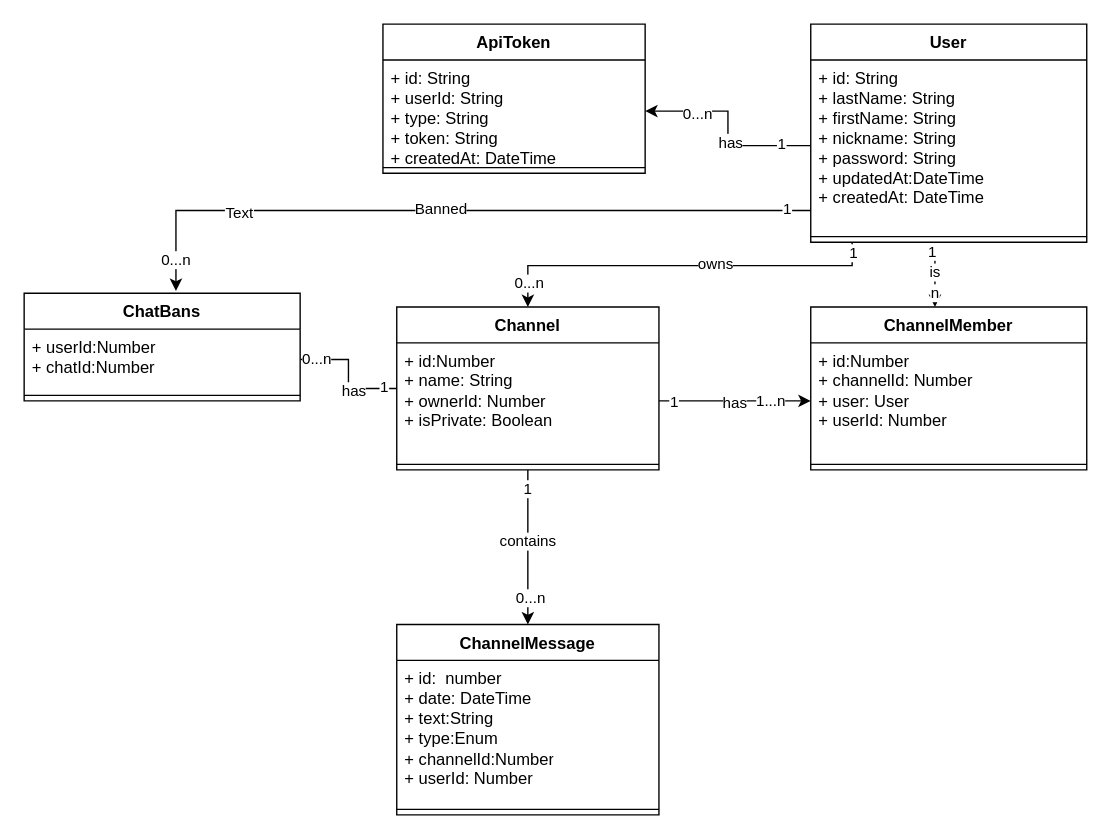
This is diagrams/classes.drawio from AmalAkh/chatik, a draw.io file, before an edit. Source tidied: cells renumbered, new cells numbered last; positions are measured from the earlier drawing's top-left corner, leaving out a move shared by most shapes. Both pictures are drawn from the tidied source at 138%, with x=0, y=0 at pixel (23, 23).
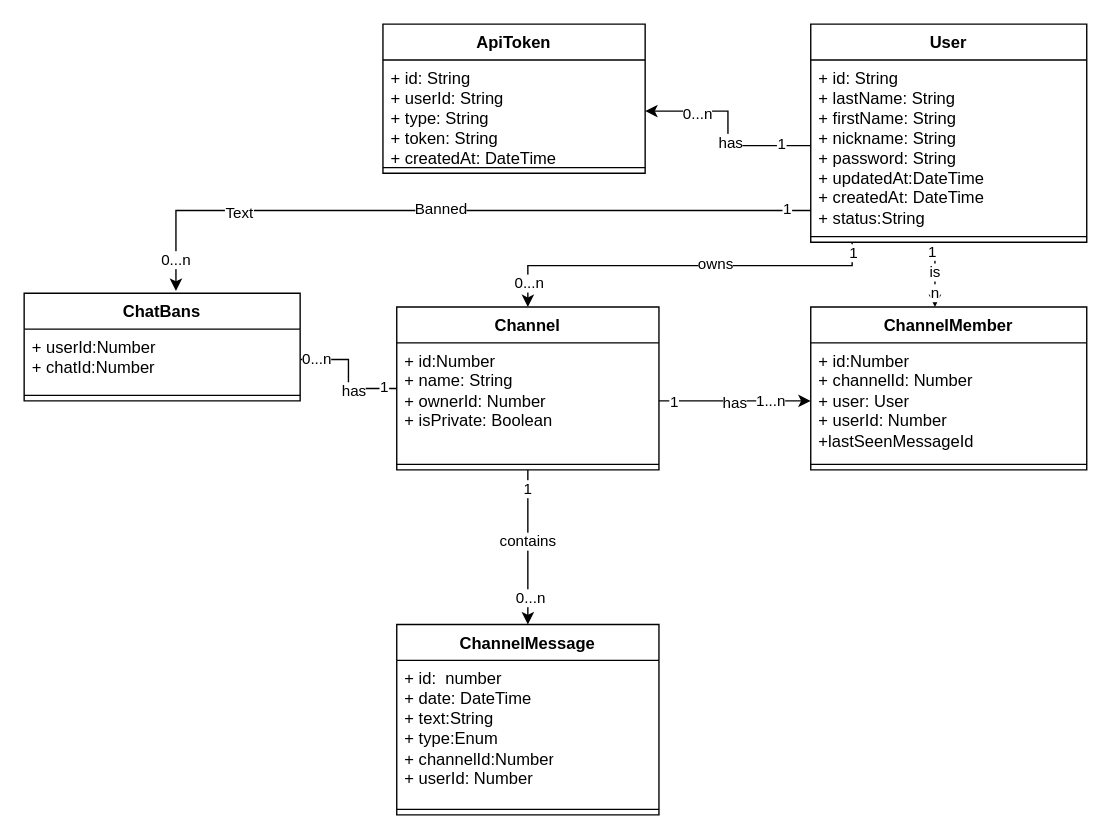
Above is the later version.

The change refers to these unchanged cells:
```xml
<mxCell id="13" value="User" style="swimlane;fontStyle=1;align=center;verticalAlign=top;horizontal=1;startSize=26;whiteSpace=wrap;html=1;" parent="1" vertex="1">
  <mxGeometry x="570" width="200" height="158" as="geometry" />
</mxCell>
<mxCell id="31" value="ChannelMember" style="swimlane;fontStyle=1;align=center;verticalAlign=top;horizontal=1;startSize=26;whiteSpace=wrap;html=1;" parent="1" vertex="1">
  <mxGeometry x="570" y="205" width="200" height="118" as="geometry" />
</mxCell>
```

Diff of the diagram source:
```diff
@@
-    <mxCell id="14" value="+ id: String&lt;div&gt;+ lastName: String&lt;/div&gt;&lt;div&gt;+ firstName: String&lt;/div&gt;&lt;div&gt;+ nickname: String&lt;/div&gt;&lt;div&gt;+ password: String&lt;/div&gt;&lt;div&gt;+ updatedAt:DateTime&lt;/div&gt;&lt;div&gt;+ createdAt: DateTime&lt;/div&gt;" style="text;strokeColor=none;fillColor=none;align=left;verticalAlign=top;spacingLeft=4;spacingRight=4;overflow=hidden;points=[[0,0.5],[1,0.5]];portConstraint=eastwest;whiteSpace=wrap;html=1;" parent="13" vertex="1">
+    <mxCell id="14" value="+ id: String&lt;div&gt;+ lastName: String&lt;/div&gt;&lt;div&gt;+ firstName: String&lt;/div&gt;&lt;div&gt;+ nickname: String&lt;/div&gt;&lt;div&gt;+ password: String&lt;/div&gt;&lt;div&gt;+ updatedAt:DateTime&lt;/div&gt;&lt;div&gt;+ createdAt: DateTime&lt;/div&gt;&lt;div&gt;+ status:String&lt;/div&gt;&lt;div&gt;&lt;br&gt;&lt;/div&gt;" style="text;strokeColor=none;fillColor=none;align=left;verticalAlign=top;spacingLeft=4;spacingRight=4;overflow=hidden;points=[[0,0.5],[1,0.5]];portConstraint=eastwest;whiteSpace=wrap;html=1;" parent="13" vertex="1">
       <mxGeometry y="26" width="200" height="124" as="geometry" />
     </mxCell>
@@
-    <mxCell id="32" value="+ id:Number&lt;div&gt;+ channelId: Number&lt;/div&gt;&lt;div&gt;+ user: User&lt;/div&gt;&lt;div&gt;+ userId: Number&lt;/div&gt;&lt;div&gt;&lt;br&gt;&lt;/div&gt;" style="text;strokeColor=none;fillColor=none;align=left;verticalAlign=top;spacingLeft=4;spacingRight=4;overflow=hidden;points=[[0,0.5],[1,0.5]];portConstraint=eastwest;whiteSpace=wrap;html=1;" parent="31" vertex="1">
+    <mxCell id="32" value="+ id:Number&lt;div&gt;+ channelId: Number&lt;/div&gt;&lt;div&gt;+ user: User&lt;/div&gt;&lt;div&gt;+ userId: Number&lt;/div&gt;&lt;div&gt;+lastSeenMessageId&lt;/div&gt;" style="text;strokeColor=none;fillColor=none;align=left;verticalAlign=top;spacingLeft=4;spacingRight=4;overflow=hidden;points=[[0,0.5],[1,0.5]];portConstraint=eastwest;whiteSpace=wrap;html=1;" parent="31" vertex="1">
       <mxGeometry y="26" width="200" height="84" as="geometry" />
     </mxCell>
```
